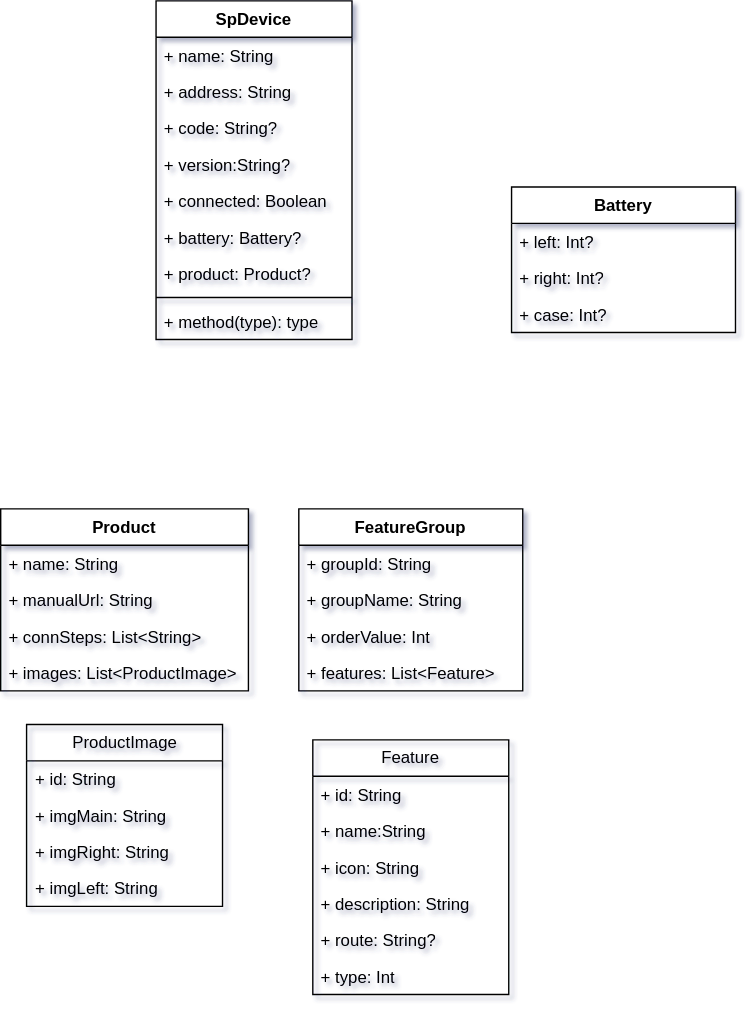
Before: 未命名绘图.drawio.svg, a diagram exported from draw.io (kekemao00/draw-libs). Source tidied: cells renumbered, new cells last; positions are measured from the earlier drawing's top-left corner, leaving out a move shared by most shapes.
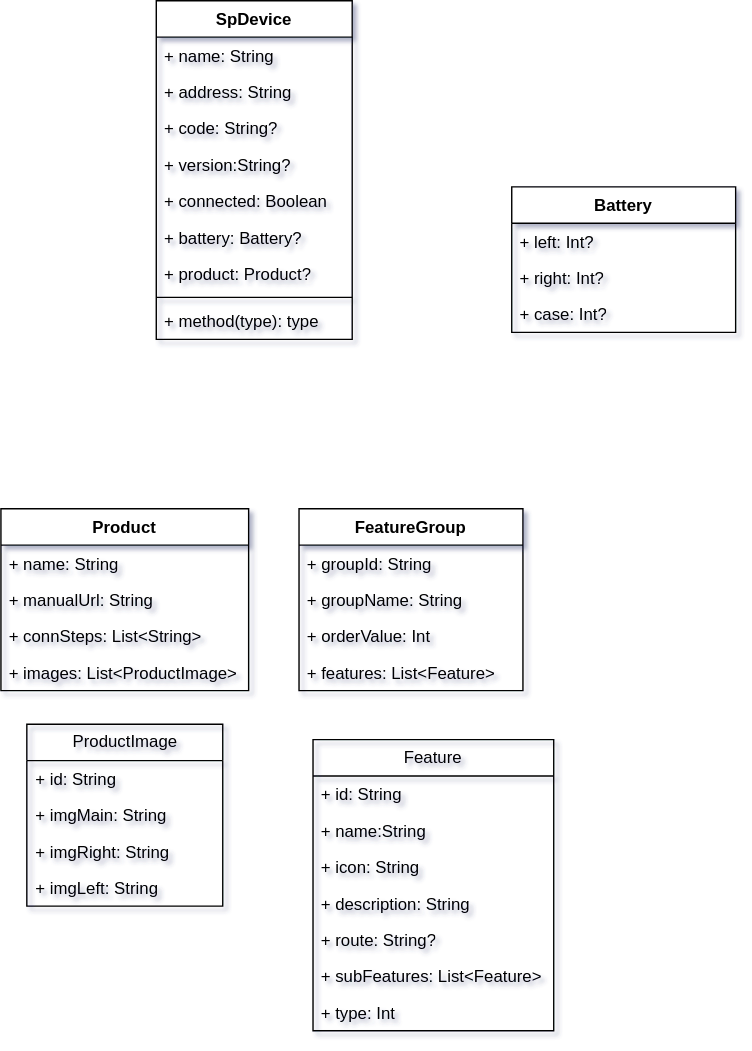
Above is the later version.

Commit message:
更新未命名绘图.drawio.svg

The edit, as a diff of the source:
```diff
@@ -90,25 +90,28 @@
       <mxGeometry y="104" width="160" height="26" as="geometry" />
     </mxCell>
     <mxCell id="31" value="Feature" style="swimlane;fontStyle=0;horizontal=1;startSize=26;fillColor=none;whiteSpace=wrap;html=1;" parent="1" vertex="1">
-      <mxGeometry x="223" y="528" width="140" height="182" as="geometry" />
+      <mxGeometry x="223" y="528" width="172" height="208" as="geometry" />
     </mxCell>
     <mxCell id="32" value="+ id: String" style="text;strokeColor=none;fillColor=none;align=left;verticalAlign=top;spacingLeft=4;spacingRight=4;overflow=hidden;whiteSpace=wrap;html=1;" parent="31" vertex="1">
-      <mxGeometry y="26" width="140" height="26" as="geometry" />
+      <mxGeometry y="26" width="172" height="26" as="geometry" />
     </mxCell>
     <mxCell id="33" value="+ name:String&amp;nbsp;" style="text;strokeColor=none;fillColor=none;align=left;verticalAlign=top;spacingLeft=4;spacingRight=4;overflow=hidden;whiteSpace=wrap;html=1;" parent="31" vertex="1">
-      <mxGeometry y="52" width="140" height="26" as="geometry" />
+      <mxGeometry y="52" width="172" height="26" as="geometry" />
     </mxCell>
     <mxCell id="34" value="+ icon: String" style="text;strokeColor=none;fillColor=none;align=left;verticalAlign=top;spacingLeft=4;spacingRight=4;overflow=hidden;whiteSpace=wrap;html=1;" parent="31" vertex="1">
-      <mxGeometry y="78" width="140" height="26" as="geometry" />
+      <mxGeometry y="78" width="172" height="26" as="geometry" />
     </mxCell>
     <mxCell id="35" value="+ description: String" style="text;strokeColor=none;fillColor=none;align=left;verticalAlign=top;spacingLeft=4;spacingRight=4;overflow=hidden;whiteSpace=wrap;html=1;" parent="31" vertex="1">
-      <mxGeometry y="104" width="140" height="26" as="geometry" />
+      <mxGeometry y="104" width="172" height="26" as="geometry" />
     </mxCell>
     <mxCell id="36" value="+ route: String?" style="text;strokeColor=none;fillColor=none;align=left;verticalAlign=top;spacingLeft=4;spacingRight=4;overflow=hidden;whiteSpace=wrap;html=1;" parent="31" vertex="1">
-      <mxGeometry y="130" width="140" height="26" as="geometry" />
+      <mxGeometry y="130" width="172" height="26" as="geometry" />
     </mxCell>
+    <mxCell id="38" value="+ subFeatures: List&amp;lt;Feature&amp;gt;" style="text;strokeColor=none;fillColor=none;align=left;verticalAlign=top;spacingLeft=4;spacingRight=4;overflow=hidden;whiteSpace=wrap;html=1;" parent="31" vertex="1">
+      <mxGeometry y="156" width="172" height="26" as="geometry" />
+    </mxCell>
     <mxCell id="37" value="+ type: Int" style="text;strokeColor=none;fillColor=none;align=left;verticalAlign=top;spacingLeft=4;spacingRight=4;overflow=hidden;whiteSpace=wrap;html=1;" parent="31" vertex="1">
-      <mxGeometry y="156" width="140" height="26" as="geometry" />
+      <mxGeometry y="182" width="172" height="26" as="geometry" />
     </mxCell>
   </root>
 </mxGraphModel>
```
